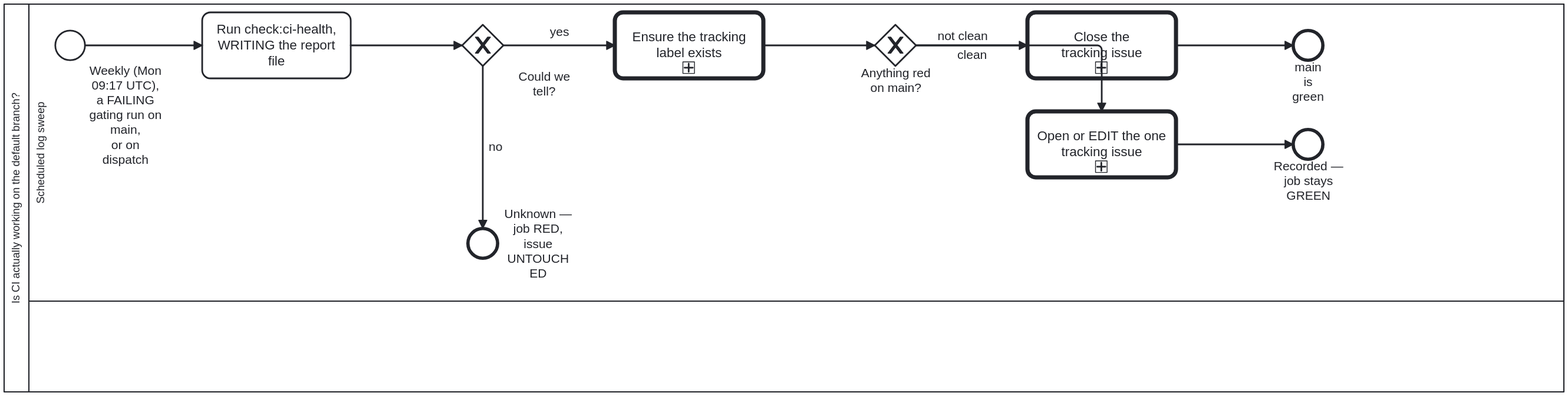
litlfred/cat-harness keeps this BPMN diagram as docs/assets/img/workflows/ci-health-watch.svg. Above is the earlier version. Its source is kept beside it as processes/sdlc/ci-health-watch.bpmn. Ids are renumbered.
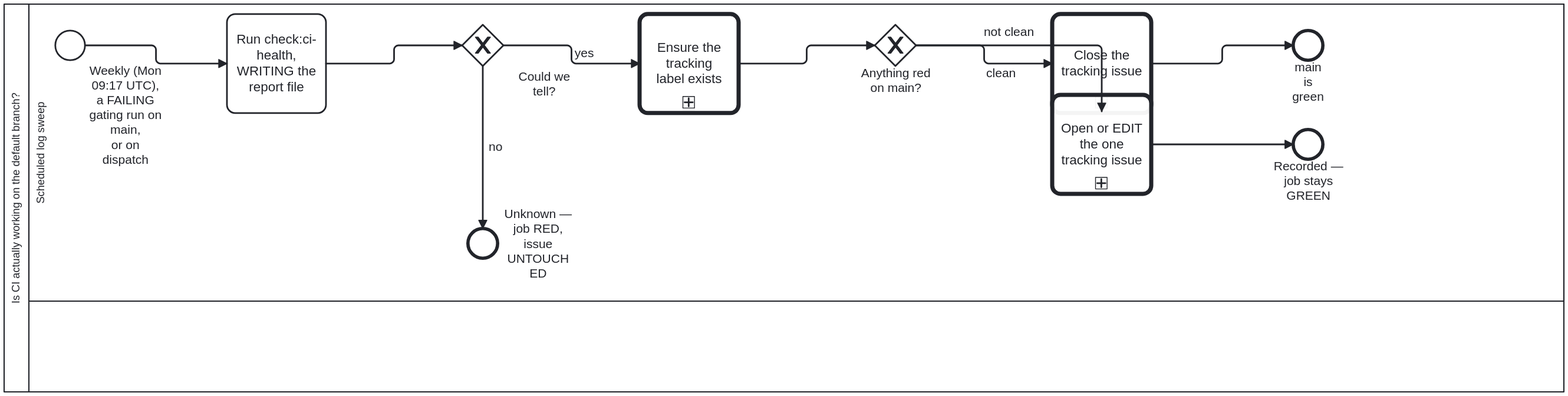
Later version of the same file.

Change to the diagram source:
```diff
@@ -142,82 +142,93 @@
   <bpmndi:BPMNDiagram id="Diagram_Process_CiHealth">
     <bpmndi:BPMNPlane id="Plane_Process_CiHealth" bpmnElement="Collaboration_Process_CiHealth">
       <bpmndi:BPMNShape id="Shape_Participant_Process_CiHealth" bpmnElement="Participant_Process_CiHealth" isHorizontal="true">
-        <dc:Bounds x="60" y="60" width="1890" height="470"/>
+        <dc:Bounds x="60" y="60" width="1890" height="470" />
       </bpmndi:BPMNShape>
       <bpmndi:BPMNShape id="Shape_Lane_Ci" bpmnElement="Lane_Ci" isHorizontal="true">
-        <dc:Bounds x="90" y="60" width="1860" height="360"/>
+        <dc:Bounds x="90" y="60" width="1860" height="360" />
       </bpmndi:BPMNShape>
       <bpmndi:BPMNShape id="Shape_Start_Sweep" bpmnElement="Start_Sweep">
-        <dc:Bounds x="122" y="92" width="36" height="36"/>
-        <bpmndi:BPMNLabel><dc:Bounds x="162" y="132" width="90" height="126" /></bpmndi:BPMNLabel>
-      </bpmndi:BPMNShape>
+        <dc:Bounds x="122" y="92" width="36" height="36" />
+
+      <bpmndi:BPMNLabel><dc:Bounds x="162" y="132" width="90" height="126" /></bpmndi:BPMNLabel></bpmndi:BPMNShape>
       <bpmndi:BPMNShape id="Shape_Task_Check" bpmnElement="Task_Check">
-        <dc:Bounds x="300" y="70" width="180" height="80"/>
+        <dc:Bounds x="330" y="72" width="120" height="120" />
       </bpmndi:BPMNShape>
       <bpmndi:BPMNShape id="Shape_GW_Determined" bpmnElement="GW_Determined" isMarkerVisible="true">
-        <dc:Bounds x="615" y="85" width="50" height="50"/>
-        <bpmndi:BPMNLabel><dc:Bounds x="669" y="139" width="90" height="35" /></bpmndi:BPMNLabel>
-      </bpmndi:BPMNShape>
+        <dc:Bounds x="615" y="85" width="50" height="50" />
+
+      <bpmndi:BPMNLabel><dc:Bounds x="669" y="139" width="90" height="35" /></bpmndi:BPMNLabel></bpmndi:BPMNShape>
       <bpmndi:BPMNShape id="Shape_End_Unknown" bpmnElement="End_Unknown">
-        <dc:Bounds x="622" y="332" width="36" height="36"/>
-        <bpmndi:BPMNLabel><dc:Bounds x="662" y="305.5" width="90" height="89" /></bpmndi:BPMNLabel>
-      </bpmndi:BPMNShape>
+        <dc:Bounds x="622" y="332" width="36" height="36" />
+
+      <bpmndi:BPMNLabel><dc:Bounds x="662" y="305.5" width="90" height="89" /></bpmndi:BPMNLabel></bpmndi:BPMNShape>
       <bpmndi:BPMNShape id="Shape_Task_Label" bpmnElement="Task_Label">
-        <dc:Bounds x="800" y="70" width="180" height="80"/>
+        <dc:Bounds x="830" y="72" width="120" height="120" />
       </bpmndi:BPMNShape>
       <bpmndi:BPMNShape id="Shape_GW_Finding" bpmnElement="GW_Finding" isMarkerVisible="true">
-        <dc:Bounds x="1115" y="85" width="50" height="50"/>
+        <dc:Bounds x="1115" y="85" width="50" height="50" />
       </bpmndi:BPMNShape>
       <bpmndi:BPMNShape id="Shape_Task_Close" bpmnElement="Task_Close">
-        <dc:Bounds x="1300" y="70" width="180" height="80"/>
+        <dc:Bounds x="1330" y="72" width="120" height="120" />
       </bpmndi:BPMNShape>
       <bpmndi:BPMNShape id="Shape_End_Clean" bpmnElement="End_Clean">
-        <dc:Bounds x="1622" y="92" width="36" height="36"/>
+        <dc:Bounds x="1622" y="92" width="36" height="36" />
       </bpmndi:BPMNShape>
       <bpmndi:BPMNShape id="Shape_Task_Track" bpmnElement="Task_Track">
-        <dc:Bounds x="1300" y="190" width="180" height="80"/>
+        <dc:Bounds x="1330" y="170" width="120" height="120" />
       </bpmndi:BPMNShape>
       <bpmndi:BPMNShape id="Shape_End_Found" bpmnElement="End_Found">
-        <dc:Bounds x="1622" y="212" width="36" height="36"/>
+        <dc:Bounds x="1622" y="212" width="36" height="36" />
       </bpmndi:BPMNShape>
       <bpmndi:BPMNEdge id="Edge_Flow_0" bpmnElement="Flow_0">
-        <di:waypoint x="158" y="110"/>
-        <di:waypoint x="300" y="110"/>
+        <di:waypoint x="158" y="110" />
+        <di:waypoint x="244" y="110" />
+        <di:waypoint x="244" y="132" />
+        <di:waypoint x="330" y="132" />
       </bpmndi:BPMNEdge>
       <bpmndi:BPMNEdge id="Edge_Flow_1" bpmnElement="Flow_1">
-        <di:waypoint x="480" y="110"/>
-        <di:waypoint x="615" y="110"/>
+        <di:waypoint x="450" y="132" />
+        <di:waypoint x="532.5" y="132" />
+        <di:waypoint x="532.5" y="110" />
+        <di:waypoint x="615" y="110" />
       </bpmndi:BPMNEdge>
       <bpmndi:BPMNEdge id="Edge_Flow_2" bpmnElement="Flow_2">
         <di:waypoint x="640" y="135"/>
         <di:waypoint x="640" y="332"/>
       </bpmndi:BPMNEdge>
       <bpmndi:BPMNEdge id="Edge_Flow_3" bpmnElement="Flow_3">
-        <di:waypoint x="665" y="110"/>
-        <di:waypoint x="800" y="110"/>
+        <di:waypoint x="665" y="110" />
+        <di:waypoint x="747.5" y="110" />
+        <di:waypoint x="747.5" y="132" />
+        <di:waypoint x="830" y="132" />
       </bpmndi:BPMNEdge>
       <bpmndi:BPMNEdge id="Edge_Flow_4" bpmnElement="Flow_4">
-        <di:waypoint x="980" y="110"/>
-        <di:waypoint x="1115" y="110"/>
+        <di:waypoint x="950" y="132" />
+        <di:waypoint x="1032.5" y="132" />
+        <di:waypoint x="1032.5" y="110" />
+        <di:waypoint x="1115" y="110" />
       </bpmndi:BPMNEdge>
       <bpmndi:BPMNEdge id="Edge_Flow_5" bpmnElement="Flow_5">
-        <di:waypoint x="1165" y="110"/>
-        <di:waypoint x="1300" y="110"/>
-        <bpmndi:BPMNLabel><dc:Bounds x="1187.5" y="113" width="90" height="17" /></bpmndi:BPMNLabel>
+        <di:waypoint x="1165" y="110" />
+        <di:waypoint x="1247.5" y="110" />
+        <di:waypoint x="1247.5" y="132" />
+        <di:waypoint x="1330" y="132" />
+        <bpmndi:BPMNLabel><dc:Bounds x="1223.13" y="135" width="90" height="17" /></bpmndi:BPMNLabel>
       </bpmndi:BPMNEdge>
       <bpmndi:BPMNEdge id="Edge_Flow_6" bpmnElement="Flow_6">
-        <di:waypoint x="1480" y="110"/>
-        <di:waypoint x="1622" y="110"/>
+        <di:waypoint x="1450" y="132" />
+        <di:waypoint x="1536" y="132" />
+        <di:waypoint x="1536" y="110" />
+        <di:waypoint x="1622" y="110" />
       </bpmndi:BPMNEdge>
       <bpmndi:BPMNEdge id="Edge_Flow_7" bpmnElement="Flow_7">
-        <di:waypoint x="1165" y="110"/>
-        <di:waypoint x="1390" y="110"/>
-        <di:waypoint x="1390" y="190"/>
-        <bpmndi:BPMNLabel><dc:Bounds x="1176.25" y="90" width="90" height="17" /></bpmndi:BPMNLabel>
+        <di:waypoint x="1165" y="110" />
+        <di:waypoint x="1390" y="110" />
+        <di:waypoint x="1390" y="190" />
       </bpmndi:BPMNEdge>
       <bpmndi:BPMNEdge id="Edge_Flow_8" bpmnElement="Flow_8">
-        <di:waypoint x="1480" y="230"/>
-        <di:waypoint x="1622" y="230"/>
+        <di:waypoint x="1450" y="230" />
+        <di:waypoint x="1622" y="230" />
       </bpmndi:BPMNEdge>
     </bpmndi:BPMNPlane>
   </bpmndi:BPMNDiagram>
```
